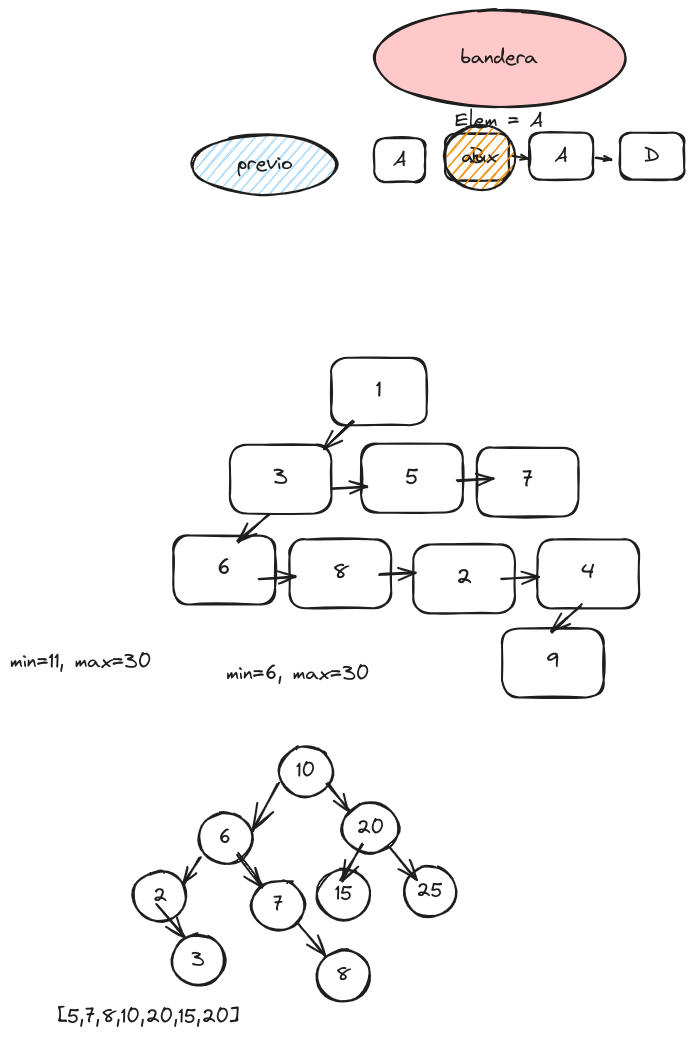
lopezernesto/EDAT2024 keeps this Excalidraw diagram as src/tests/test.excalidraw.png. Above is the earlier version. Source tidied: one line per element, renumbered; positions are measured from the earlier drawing's top-left corner, leaving out a move shared by most shapes.
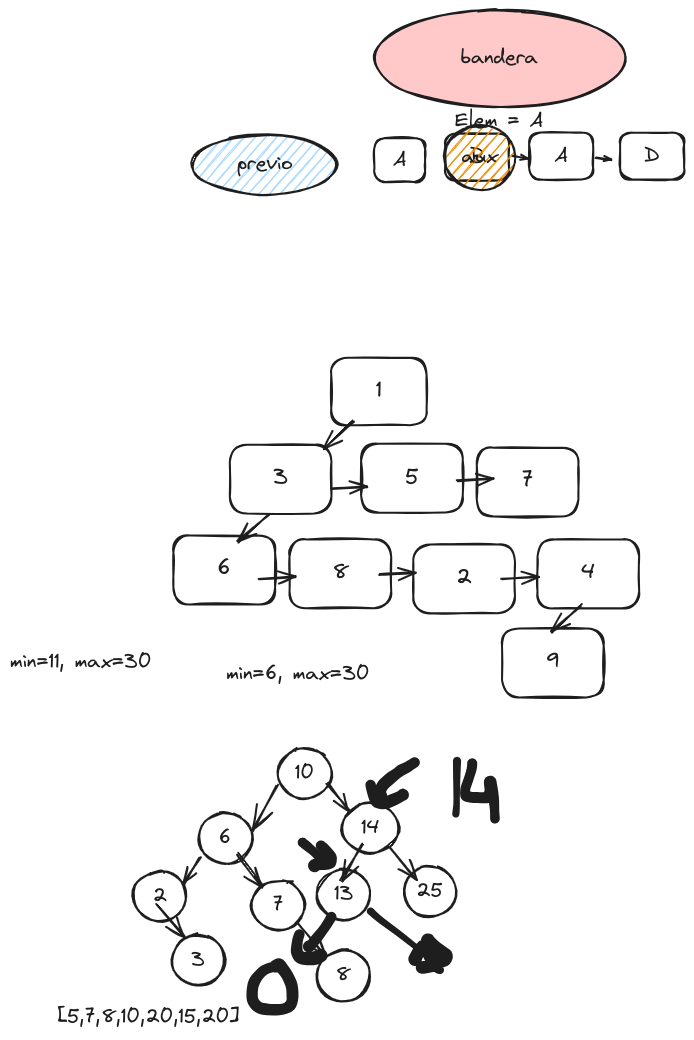
After the change.

The edit, as a diff of the source:
```diff
@@ -41,24 +41,24 @@
 {"id": 40, "type": "rectangle", "strokeColor": "#1e1e1e", "strokeWidth": 2, "roughness": 1, "round": true, "x": 492, "y": 619, "width": 102, "height": 69}
 {"id": 41, "type": "text", "text": "9", "strokeColor": "#1e1e1e", "strokeWidth": 2, "roughness": 1, "fontSize": 21.87, "fontFamily": 1, "textAlign": "center", "verticalAlign": "middle", "inside": 40, "x": 536, "y": 639, "width": 13, "height": 27}
 {"id": 42, "type": "arrow", "strokeColor": "#1e1e1e", "strokeWidth": 2, "roughness": 1, "endArrowhead": "arrow", "round": true, "x": 571, "y": 595, "width": 30, "height": 27, "points": [[0, 0], [-30, 27]]}
-{"id": 43, "type": "ellipse", "strokeColor": "#1e1e1e", "strokeWidth": 2, "roughness": 1, "round": true, "x": 270, "y": 736, "width": 53, "height": 51}
+{"id": 43, "type": "ellipse", "strokeColor": "#1e1e1e", "strokeWidth": 2, "roughness": 1, "round": true, "x": 268, "y": 738, "width": 53, "height": 51}
-{"id": 44, "type": "text", "text": "10", "strokeColor": "#1e1e1e", "strokeWidth": 2, "roughness": 1, "fontSize": 20, "fontFamily": 1, "textAlign": "center", "verticalAlign": "middle", "inside": 43, "x": 286, "y": 749, "width": 19, "height": 25}
+{"id": 44, "type": "text", "text": "10", "strokeColor": "#1e1e1e", "strokeWidth": 2, "roughness": 1, "fontSize": 20, "fontFamily": 1, "textAlign": "center", "verticalAlign": "middle", "inside": 43, "x": 285, "y": 751, "width": 19, "height": 25}
 {"id": 45, "type": "ellipse", "strokeColor": "#1e1e1e", "strokeWidth": 2, "roughness": 1, "round": true, "x": 189, "y": 803, "width": 53, "height": 51}
 {"id": 46, "type": "text", "text": "6", "strokeColor": "#1e1e1e", "strokeWidth": 2, "roughness": 1, "fontSize": 20, "fontFamily": 1, "textAlign": "center", "verticalAlign": "middle", "inside": 45, "x": 209, "y": 816, "width": 13, "height": 25}
 {"id": 47, "type": "ellipse", "strokeColor": "#1e1e1e", "strokeWidth": 2, "roughness": 1, "round": true, "x": 332, "y": 794, "width": 57, "height": 49}
-{"id": 48, "type": "text", "text": "20", "strokeColor": "#1e1e1e", "strokeWidth": 2, "roughness": 1, "fontSize": 20, "fontFamily": 1, "textAlign": "center", "verticalAlign": "middle", "inside": 47, "x": 346, "y": 806, "width": 28, "height": 25}
+{"id": 48, "type": "text", "text": "14", "strokeColor": "#1e1e1e", "strokeWidth": 2, "roughness": 1, "fontSize": 20, "fontFamily": 1, "textAlign": "center", "verticalAlign": "middle", "inside": 47, "x": 351, "y": 806, "width": 18, "height": 25}
 {"id": 49, "type": "ellipse", "strokeColor": "#1e1e1e", "strokeWidth": 2, "roughness": 1, "round": true, "x": 124, "y": 861, "width": 53, "height": 51}
 {"id": 50, "type": "text", "text": "2", "strokeColor": "#1e1e1e", "strokeWidth": 2, "roughness": 1, "fontSize": 20, "fontFamily": 1, "textAlign": "center", "verticalAlign": "middle", "inside": 49, "x": 143, "y": 874, "width": 14, "height": 25}
 {"id": 51, "type": "ellipse", "strokeColor": "#1e1e1e", "strokeWidth": 2, "roughness": 1, "round": true, "x": 242, "y": 870, "width": 53, "height": 51}
 {"id": 52, "type": "text", "text": "7", "strokeColor": "#1e1e1e", "strokeWidth": 2, "roughness": 1, "fontSize": 20, "fontFamily": 1, "textAlign": "center", "verticalAlign": "middle", "inside": 51, "x": 263, "y": 883, "width": 11, "height": 25}
 {"id": 53, "type": "ellipse", "strokeColor": "#1e1e1e", "strokeWidth": 2, "roughness": 1, "round": true, "x": 308, "y": 859, "width": 53, "height": 51}
-{"id": 54, "type": "text", "text": "15", "strokeColor": "#1e1e1e", "strokeWidth": 2, "roughness": 1, "fontSize": 20, "fontFamily": 1, "textAlign": "center", "verticalAlign": "middle", "inside": 53, "x": 325, "y": 872, "width": 18, "height": 25}
+{"id": 54, "type": "text", "text": "13", "strokeColor": "#1e1e1e", "strokeWidth": 2, "roughness": 1, "fontSize": 20, "fontFamily": 1, "textAlign": "center", "verticalAlign": "middle", "inside": 53, "x": 324, "y": 872, "width": 19, "height": 25}
 {"id": 55, "type": "ellipse", "strokeColor": "#1e1e1e", "strokeWidth": 2, "roughness": 1, "round": true, "x": 393, "y": 856, "width": 53, "height": 51}
 {"id": 56, "type": "text", "text": "25", "strokeColor": "#1e1e1e", "strokeWidth": 2, "roughness": 1, "fontSize": 20, "fontFamily": 1, "textAlign": "center", "verticalAlign": "middle", "inside": 55, "x": 406, "y": 869, "width": 27, "height": 25}
 {"id": 57, "type": "arrow", "strokeColor": "#1e1e1e", "strokeWidth": 2, "roughness": 1, "endArrowhead": "arrow", "round": true, "to": 47, "x": 317, "y": 774, "width": 22, "height": 28, "points": [[0, 0], [22, 28]]}
 {"id": 58, "type": "arrow", "strokeColor": "#1e1e1e", "strokeWidth": 2, "roughness": 1, "endArrowhead": "arrow", "round": true, "x": 379, "y": 836, "width": 27, "height": 33, "points": [[0, 0], [27, 33]]}
 {"id": 59, "type": "arrow", "strokeColor": "#1e1e1e", "strokeWidth": 2, "roughness": 1, "endArrowhead": "arrow", "round": true, "from": 45, "to": 49, "x": 190, "y": 847, "width": 16, "height": 27, "points": [[0, 0], [-16, 27]]}
-{"id": 60, "type": "arrow", "strokeColor": "#1e1e1e", "strokeWidth": 2, "roughness": 1, "endArrowhead": "arrow", "round": true, "from": 43, "to": 45, "x": 268, "y": 774, "width": 26, "height": 47, "points": [[0, 0], [-26, 47]]}
+{"id": 60, "type": "arrow", "strokeColor": "#1e1e1e", "strokeWidth": 2, "roughness": 1, "endArrowhead": "arrow", "round": true, "from": 43, "to": 45, "x": 267, "y": 776, "width": 25, "height": 45, "points": [[0, 0], [-25, 45]]}
 {"id": 61, "type": "arrow", "strokeColor": "#1e1e1e", "strokeWidth": 2, "roughness": 1, "endArrowhead": "arrow", "round": true, "x": 352, "y": 834, "width": 21, "height": 37, "points": [[0, 0], [-21, 37]]}
 {"id": 62, "type": "ellipse", "strokeColor": "#1e1e1e", "strokeWidth": 2, "roughness": 1, "round": true, "x": 307, "y": 940, "width": 53, "height": 51}
 {"id": 63, "type": "text", "text": "8", "strokeColor": "#1e1e1e", "strokeWidth": 2, "roughness": 1, "fontSize": 20, "fontFamily": 1, "textAlign": "center", "verticalAlign": "middle", "inside": 62, "x": 325, "y": 953, "width": 15, "height": 25}
@@ -70,3 +70,13 @@
 {"id": 69, "type": "text", "text": "[5,7,8,10,20,15,20]", "strokeColor": "#1e1e1e", "strokeWidth": 2, "roughness": 1, "fontSize": 20, "fontFamily": 1, "x": 47, "y": 995, "width": 182, "height": 25}
 {"id": 70, "type": "text", "text": "min=6, max=30", "strokeColor": "#1e1e1e", "strokeWidth": 2, "roughness": 1, "fontSize": 20, "fontFamily": 1, "x": 216, "y": 652, "width": 144, "height": 25}
 {"id": 71, "type": "text", "text": "min=11, max=30", "strokeColor": "#1e1e1e", "strokeWidth": 2, "roughness": 1, "fontSize": 20, "fontFamily": 1, "x": 0, "y": 640, "width": 142, "height": 25}
+{"id": 72, "type": "freedraw", "strokeColor": "#1e1e1e", "strokeWidth": 2, "roughness": 1, "x": 405, "y": 752, "width": 35, "height": 35, "points": [[0, 0], [-3, 1], [-4, 3], [-4, 3], [-7, 4], [-8, 5], [-10, 7], [-11, 7], [-12, 7], [-14, 7], [-15, 8], [-16, 11], [-18, 11], [-22, 13], [-26, 17], [-30, 21], [-32, 23], [-32, 23], [-32, 24], [-32, 27], [-34, 27], [-34, 27], [-34, 28], [-35, 31], [-35, 32], [-35, 35], [-34, 35], [-34, 33], [-34, 33]]}
+{"id": 73, "type": "freedraw", "strokeColor": "#1e1e1e", "strokeWidth": 2, "roughness": 1, "x": 361, "y": 775, "width": 34, "height": 19, "points": [[0, 0], [0, 1], [0, 4], [0, 7], [2, 10], [4, 14], [4, 16], [5, 17], [6, 18], [8, 19], [9, 19], [12, 19], [13, 19], [16, 18], [20, 16], [25, 14], [29, 12], [32, 11], [33, 10], [32, 10], [32, 10]]}
+{"id": 74, "type": "freedraw", "strokeColor": "#1e1e1e", "strokeWidth": 2, "roughness": 1, "x": 293, "y": 832, "width": 26, "height": 19, "points": [[0, 0], [1, 1], [6, 5], [9, 7], [16, 13], [18, 15], [20, 16], [21, 16], [22, 16], [22, 19], [24, 19], [25, 19], [26, 19], [26, 19]]}
+{"id": 75, "type": "freedraw", "strokeColor": "#1e1e1e", "strokeWidth": 2, "roughness": 1, "x": 311, "y": 836, "width": 18, "height": 20, "points": [[0, 0], [0, 1], [1, 1], [3, 2], [5, 4], [7, 6], [8, 8], [9, 9], [10, 11], [11, 13], [12, 15], [12, 17], [12, 18], [9, 18], [7, 18], [4, 18], [2, 18], [0, 18], [-2, 18], [-4, 18], [-6, 19], [-7, 20], [-7, 20]]}
+{"id": 76, "type": "freedraw", "strokeColor": "#1e1e1e", "strokeWidth": 2, "roughness": 1, "x": 447, "y": 751, "width": 1, "height": 56, "points": [[0, 0], [0, 2], [0, 11], [0, 22], [0, 34], [0, 45], [0, 50], [-1, 54], [-1, 56], [-1, 54], [-1, 53], [-1, 53]]}
+{"id": 77, "type": "freedraw", "strokeColor": "#1e1e1e", "strokeWidth": 2, "roughness": 1, "x": 462, "y": 753, "width": 31, "height": 56, "points": [[0, 0], [0, 2], [0, 3], [0, 10], [-4, 14], [-5, 22], [-8, 27], [-8, 31], [-8, 32], [-8, 34], [-5, 34], [-1, 34], [6, 35], [12, 35], [16, 35], [19, 35], [19, 32], [19, 31], [19, 28], [19, 26], [18, 23], [18, 20], [18, 19], [18, 18], [18, 19], [18, 20], [20, 27], [22, 36], [23, 44], [23, 54], [23, 55], [23, 56], [23, 56]]}
+{"id": 78, "type": "freedraw", "strokeColor": "#1e1e1e", "strokeWidth": 2, "roughness": 1, "x": 361, "y": 901, "width": 78, "height": 60, "points": [[0, 0], [2, 6], [36, 28], [65, 51], [69, 59], [66, 59], [61, 51], [57, 43], [56, 36], [57, 38], [68, 50], [70, 54], [64, 55], [52, 56], [53, 56], [60, 55], [72, 51], [78, 47], [77, 44], [72, 42], [66, 38], [61, 32], [57, 31], [57, 30], [52, 35], [45, 44], [44, 48]]}
+{"id": 79, "type": "freedraw", "strokeColor": "#1e1e1e", "strokeWidth": 2, "roughness": 1, "x": 321, "y": 907, "width": 23, "height": 30, "points": [[0, 0], [-1, 2], [-3, 3], [-4, 5], [-5, 9], [-9, 15], [-12, 18], [-13, 20], [-16, 22], [-16, 24], [-17, 25], [-19, 26], [-19, 27], [-20, 27], [-20, 28], [-20, 28], [-20, 29], [-21, 29], [-23, 30], [-23, 30]]}
+{"id": 80, "type": "freedraw", "strokeColor": "#1e1e1e", "strokeWidth": 2, "roughness": 1, "x": 289, "y": 924, "width": 26, "height": 24, "points": [[0, 0], [-1, 3], [-1, 5], [-3, 7], [-3, 11], [-3, 13], [-3, 15], [-3, 17], [-3, 19], [-3, 19], [-3, 20], [-1, 21], [0, 23], [1, 23], [3, 24], [4, 24], [5, 24], [8, 24], [9, 24], [12, 24], [16, 24], [19, 23], [21, 23], [23, 21], [24, 21], [21, 21], [21, 21]]}
+{"id": 81, "type": "freedraw", "strokeColor": "#1e1e1e", "strokeWidth": 2, "roughness": 1, "x": 265, "y": 956, "width": 41, "height": 46, "points": [[0, 0], [1, 0], [0, 0], [-3, 0], [-4, 0], [-7, 0], [-12, 3], [-13, 4], [-16, 7], [-17, 9], [-20, 13], [-23, 17], [-24, 21], [-24, 27], [-24, 31], [-24, 33], [-23, 36], [-19, 40], [-16, 43], [-12, 43], [-8, 43], [0, 43], [5, 43], [12, 43], [16, 40], [16, 39], [17, 36], [17, 35], [17, 31], [17, 27], [17, 23], [17, 19], [16, 15], [13, 11], [12, 7], [9, 4], [8, 3], [5, 0], [4, -1], [4, -3], [4, -3], [1, -3], [0, -1], [0, 0], [0, 0]]}
```
